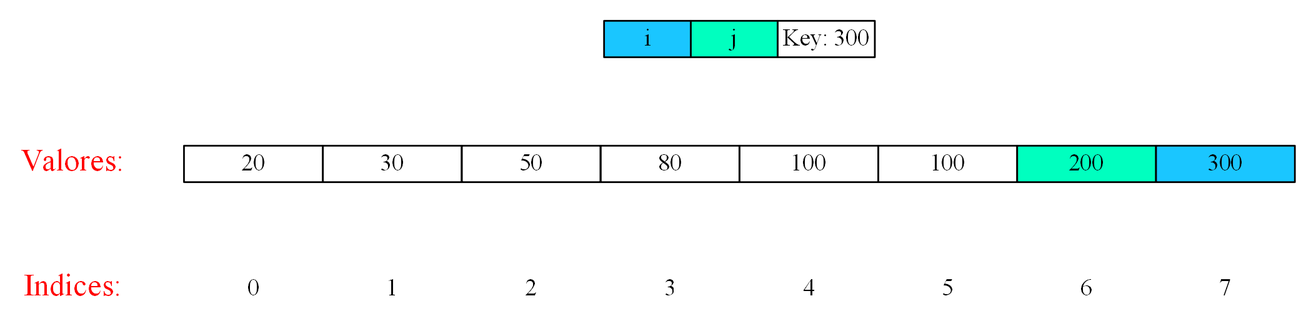
Before: arr.png, a diagram exported from Graphviz (montherbasir/EDD_DIC_2019_PY2_201807120). Its source is kept beside it as arr.dot.
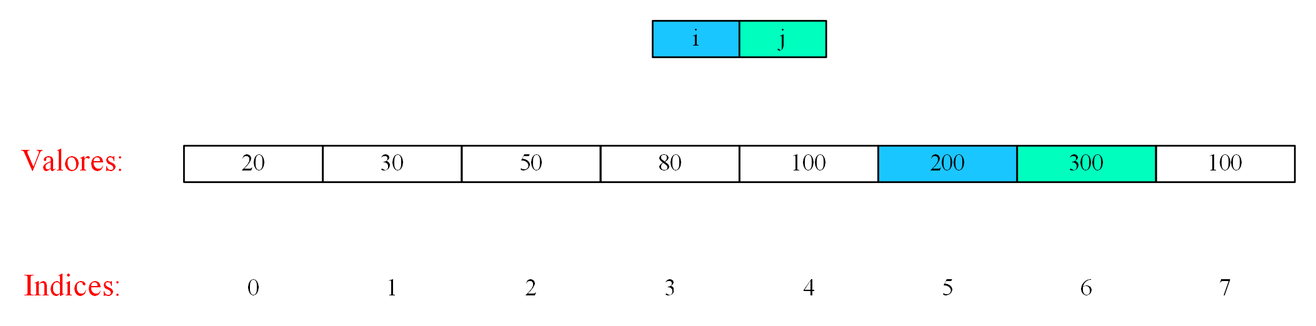
The same diagram one commit later.

Change to the diagram source:
```diff
@@ -13,7 +13,6 @@
                     <tr>
                     <td port="p1" border="1" width="50" bgcolor="#1ac6ff">i</td>
                     <td port="p2" border="1" width="50" bgcolor="#00ffbf">j</td>
-                    <td port="p3" border="1" width="50" >Key: 300</td>
                     </tr>
                 </table>>
     ]
@@ -28,9 +27,9 @@
 <td border="1" width="80" >50</td>
 <td border="1" width="80" >80</td>
 <td border="1" width="80" >100</td>
+<td border="1" width="80" bgcolor="#1ac6ff">200</td>
+<td border="1" width="80" bgcolor="#00ffbf">300</td>
 <td border="1" width="80" >100</td>
-<td border="1" width="80" bgcolor="#00ffbf">200</td>
-<td border="1" width="80" bgcolor="#1ac6ff">300</td>
                     </tr>
                 </table>>
     ]
```
